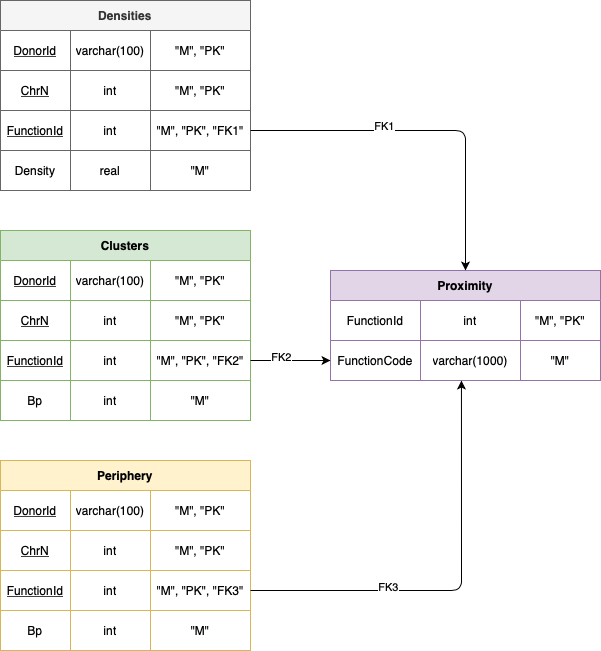
Above: chromo.png in Timoniche/DenseWeightedSubgraph (draw.io), before the change. Source tidied: cells renumbered, new cells last; positions are measured from the earlier drawing's top-left corner, leaving out a move shared by most shapes. The source it was exported from:
```xml
<mxGraphModel>
  <root>
    <mxCell id="0" />
    <mxCell id="1" parent="0" />
    <mxCell id="2" value="Clusters" style="shape=table;html=1;whiteSpace=wrap;startSize=30;fontStyle=1;align=center;fillColor=#d5e8d4;strokeColor=#82b366;" parent="1" vertex="1">
      <mxGeometry y="230" width="250" height="190" as="geometry" />
    </mxCell>
    <mxCell id="3" style="shape=partialRectangle;html=1;whiteSpace=wrap;fillColor=none;top=0;left=0;bottom=0;right=0;" parent="2" vertex="1">
      <mxGeometry y="30" width="250" height="40" as="geometry" />
    </mxCell>
    <mxCell id="4" value="&lt;u&gt;DonorId&lt;/u&gt;" style="shape=partialRectangle;html=1;whiteSpace=wrap;fillColor=none;top=0;left=0;bottom=0;right=0;overflow=hidden;" parent="3" vertex="1">
      <mxGeometry width="70" height="40" as="geometry" />
    </mxCell>
    <mxCell id="5" value="varchar(100)" style="shape=partialRectangle;html=1;whiteSpace=wrap;fillColor=none;top=0;left=0;bottom=0;right=0;overflow=hidden;" parent="3" vertex="1">
      <mxGeometry x="70" width="80" height="40" as="geometry" />
    </mxCell>
    <mxCell id="6" value="&quot;M&quot;, &quot;PK&quot;" style="shape=partialRectangle;html=1;whiteSpace=wrap;fillColor=none;top=0;left=0;bottom=0;right=0;overflow=hidden;" parent="3" vertex="1">
      <mxGeometry x="150" width="100" height="40" as="geometry" />
    </mxCell>
    <mxCell id="7" style="shape=partialRectangle;html=1;whiteSpace=wrap;fillColor=none;top=0;left=0;bottom=0;right=0;" parent="2" vertex="1">
      <mxGeometry y="70" width="250" height="40" as="geometry" />
    </mxCell>
    <mxCell id="8" value="&lt;u&gt;ChrN&lt;/u&gt;" style="shape=partialRectangle;html=1;whiteSpace=wrap;fillColor=none;top=0;left=0;bottom=0;right=0;overflow=hidden;" parent="7" vertex="1">
      <mxGeometry width="70" height="40" as="geometry" />
    </mxCell>
    <mxCell id="9" value="int" style="shape=partialRectangle;html=1;whiteSpace=wrap;fillColor=none;top=0;left=0;bottom=0;right=0;overflow=hidden;" parent="7" vertex="1">
      <mxGeometry x="70" width="80" height="40" as="geometry" />
    </mxCell>
    <mxCell id="10" value="&quot;M&quot;, &quot;PK&quot;" style="shape=partialRectangle;html=1;whiteSpace=wrap;fillColor=none;top=0;left=0;bottom=0;right=0;overflow=hidden;" parent="7" vertex="1">
      <mxGeometry x="150" width="100" height="40" as="geometry" />
    </mxCell>
    <mxCell id="11" style="shape=partialRectangle;html=1;whiteSpace=wrap;fillColor=none;top=0;left=0;bottom=0;right=0;points=[[0,0.5],[1,0.5]];portConstraint=eastwest;" parent="2" vertex="1">
      <mxGeometry y="110" width="250" height="40" as="geometry" />
    </mxCell>
    <mxCell id="12" value="&lt;u&gt;FunctionId&lt;/u&gt;" style="shape=partialRectangle;html=1;whiteSpace=wrap;fillColor=none;top=0;left=0;bottom=0;right=0;overflow=hidden;" parent="11" vertex="1">
      <mxGeometry width="70" height="40" as="geometry" />
    </mxCell>
    <mxCell id="13" value="int" style="shape=partialRectangle;html=1;whiteSpace=wrap;fillColor=none;top=0;left=0;bottom=0;right=0;overflow=hidden;" parent="11" vertex="1">
      <mxGeometry x="70" width="80" height="40" as="geometry" />
    </mxCell>
    <mxCell id="14" value="&quot;M&quot;, &quot;PK&quot;, &quot;FK2&quot;" style="shape=partialRectangle;html=1;whiteSpace=wrap;fillColor=none;top=0;left=0;bottom=0;right=0;overflow=hidden;" parent="11" vertex="1">
      <mxGeometry x="150" width="100" height="40" as="geometry" />
    </mxCell>
    <mxCell id="15" style="shape=partialRectangle;html=1;whiteSpace=wrap;fillColor=none;top=0;left=0;bottom=0;right=0;" parent="2" vertex="1">
      <mxGeometry y="150" width="250" height="40" as="geometry" />
    </mxCell>
    <mxCell id="16" value="Bp" style="shape=partialRectangle;html=1;whiteSpace=wrap;fillColor=none;top=0;left=0;bottom=0;right=0;overflow=hidden;" parent="15" vertex="1">
      <mxGeometry width="70" height="40" as="geometry" />
    </mxCell>
    <mxCell id="17" value="int" style="shape=partialRectangle;html=1;whiteSpace=wrap;fillColor=none;top=0;left=0;bottom=0;right=0;overflow=hidden;" parent="15" vertex="1">
      <mxGeometry x="70" width="80" height="40" as="geometry" />
    </mxCell>
    <mxCell id="18" value="&quot;M&quot;" style="shape=partialRectangle;html=1;whiteSpace=wrap;fillColor=none;top=0;left=0;bottom=0;right=0;overflow=hidden;" parent="15" vertex="1">
      <mxGeometry x="150" width="100" height="40" as="geometry" />
    </mxCell>
    <mxCell id="19" value="Proximity" style="shape=table;html=1;whiteSpace=wrap;startSize=30;fontStyle=1;align=center;fillColor=#e1d5e7;strokeColor=#9673a6;" parent="1" vertex="1">
      <mxGeometry x="330" y="270" width="270" height="110" as="geometry" />
    </mxCell>
    <mxCell id="20" style="shape=partialRectangle;html=1;whiteSpace=wrap;fillColor=none;top=0;left=0;bottom=0;right=0;" parent="19" vertex="1">
      <mxGeometry y="30" width="270" height="40" as="geometry" />
    </mxCell>
    <mxCell id="21" value="FunctionId" style="shape=partialRectangle;html=1;whiteSpace=wrap;fillColor=none;top=0;left=0;bottom=0;right=0;overflow=hidden;" parent="20" vertex="1">
      <mxGeometry width="90" height="40" as="geometry" />
    </mxCell>
    <mxCell id="22" value="int" style="shape=partialRectangle;html=1;whiteSpace=wrap;fillColor=none;top=0;left=0;bottom=0;right=0;overflow=hidden;" parent="20" vertex="1">
      <mxGeometry x="90" width="100" height="40" as="geometry" />
    </mxCell>
    <mxCell id="23" value="&quot;M&quot;, &quot;PK&quot;" style="shape=partialRectangle;html=1;whiteSpace=wrap;fillColor=none;top=0;left=0;bottom=0;right=0;overflow=hidden;" parent="20" vertex="1">
      <mxGeometry x="190" width="80" height="40" as="geometry" />
    </mxCell>
    <mxCell id="24" style="shape=partialRectangle;html=1;whiteSpace=wrap;fillColor=none;top=0;left=0;bottom=0;right=0;points=[[0,0.5],[1,0.5]];portConstraint=eastwest;" parent="19" vertex="1">
      <mxGeometry y="70" width="270" height="40" as="geometry" />
    </mxCell>
    <mxCell id="25" value="FunctionCode" style="shape=partialRectangle;html=1;whiteSpace=wrap;fillColor=none;top=0;left=0;bottom=0;right=0;overflow=hidden;" parent="24" vertex="1">
      <mxGeometry width="90" height="40" as="geometry" />
    </mxCell>
    <mxCell id="26" value="varchar(1000)" style="shape=partialRectangle;html=1;whiteSpace=wrap;fillColor=none;top=0;left=0;bottom=0;right=0;overflow=hidden;" parent="24" vertex="1">
      <mxGeometry x="90" width="100" height="40" as="geometry" />
    </mxCell>
    <mxCell id="27" value="&quot;M&quot;" style="shape=partialRectangle;html=1;whiteSpace=wrap;fillColor=none;top=0;left=0;bottom=0;right=0;overflow=hidden;" parent="24" vertex="1">
      <mxGeometry x="190" width="80" height="40" as="geometry" />
    </mxCell>
    <mxCell id="28" value="Periphery" style="shape=table;html=1;whiteSpace=wrap;startSize=30;fontStyle=1;align=center;fillColor=#fff2cc;strokeColor=#d6b656;" parent="1" vertex="1">
      <mxGeometry y="460" width="250" height="190" as="geometry" />
    </mxCell>
    <mxCell id="29" style="shape=partialRectangle;html=1;whiteSpace=wrap;fillColor=none;top=0;left=0;bottom=0;right=0;" parent="28" vertex="1">
      <mxGeometry y="30" width="250" height="40" as="geometry" />
    </mxCell>
    <mxCell id="30" value="&lt;u&gt;DonorId&lt;/u&gt;" style="shape=partialRectangle;html=1;whiteSpace=wrap;fillColor=none;top=0;left=0;bottom=0;right=0;overflow=hidden;" parent="29" vertex="1">
      <mxGeometry width="70" height="40" as="geometry" />
    </mxCell>
    <mxCell id="31" value="varchar(100)" style="shape=partialRectangle;html=1;whiteSpace=wrap;fillColor=none;top=0;left=0;bottom=0;right=0;overflow=hidden;" parent="29" vertex="1">
      <mxGeometry x="70" width="80" height="40" as="geometry" />
    </mxCell>
    <mxCell id="32" value="&quot;M&quot;, &quot;PK&quot;" style="shape=partialRectangle;html=1;whiteSpace=wrap;fillColor=none;top=0;left=0;bottom=0;right=0;overflow=hidden;" parent="29" vertex="1">
      <mxGeometry x="150" width="100" height="40" as="geometry" />
    </mxCell>
    <mxCell id="33" style="shape=partialRectangle;html=1;whiteSpace=wrap;fillColor=none;top=0;left=0;bottom=0;right=0;" parent="28" vertex="1">
      <mxGeometry y="70" width="250" height="40" as="geometry" />
    </mxCell>
    <mxCell id="34" value="&lt;u&gt;ChrN&lt;/u&gt;" style="shape=partialRectangle;html=1;whiteSpace=wrap;fillColor=none;top=0;left=0;bottom=0;right=0;overflow=hidden;" parent="33" vertex="1">
      <mxGeometry width="70" height="40" as="geometry" />
    </mxCell>
    <mxCell id="35" value="int" style="shape=partialRectangle;html=1;whiteSpace=wrap;fillColor=none;top=0;left=0;bottom=0;right=0;overflow=hidden;" parent="33" vertex="1">
      <mxGeometry x="70" width="80" height="40" as="geometry" />
    </mxCell>
    <mxCell id="36" value="&quot;M&quot;, &quot;PK&quot;" style="shape=partialRectangle;html=1;whiteSpace=wrap;fillColor=none;top=0;left=0;bottom=0;right=0;overflow=hidden;" parent="33" vertex="1">
      <mxGeometry x="150" width="100" height="40" as="geometry" />
    </mxCell>
    <mxCell id="37" style="shape=partialRectangle;html=1;whiteSpace=wrap;fillColor=none;top=0;left=0;bottom=0;right=0;points=[[0,0.5],[1,0.5]];portConstraint=eastwest;" parent="28" vertex="1">
      <mxGeometry y="110" width="250" height="40" as="geometry" />
    </mxCell>
    <mxCell id="38" value="&lt;u&gt;FunctionId&lt;/u&gt;" style="shape=partialRectangle;html=1;whiteSpace=wrap;fillColor=none;top=0;left=0;bottom=0;right=0;overflow=hidden;" parent="37" vertex="1">
      <mxGeometry width="70" height="40" as="geometry" />
    </mxCell>
    <mxCell id="39" value="int" style="shape=partialRectangle;html=1;whiteSpace=wrap;fillColor=none;top=0;left=0;bottom=0;right=0;overflow=hidden;" parent="37" vertex="1">
      <mxGeometry x="70" width="80" height="40" as="geometry" />
    </mxCell>
    <mxCell id="40" value="&quot;M&quot;, &quot;PK&quot;, &quot;FK3&quot;" style="shape=partialRectangle;html=1;whiteSpace=wrap;fillColor=none;top=0;left=0;bottom=0;right=0;overflow=hidden;" parent="37" vertex="1">
      <mxGeometry x="150" width="100" height="40" as="geometry" />
    </mxCell>
    <mxCell id="41" style="shape=partialRectangle;html=1;whiteSpace=wrap;fillColor=none;top=0;left=0;bottom=0;right=0;" parent="28" vertex="1">
      <mxGeometry y="150" width="250" height="40" as="geometry" />
    </mxCell>
    <mxCell id="42" value="Bp" style="shape=partialRectangle;html=1;whiteSpace=wrap;fillColor=none;top=0;left=0;bottom=0;right=0;overflow=hidden;" parent="41" vertex="1">
      <mxGeometry width="70" height="40" as="geometry" />
    </mxCell>
    <mxCell id="43" value="int" style="shape=partialRectangle;html=1;whiteSpace=wrap;fillColor=none;top=0;left=0;bottom=0;right=0;overflow=hidden;" parent="41" vertex="1">
      <mxGeometry x="70" width="80" height="40" as="geometry" />
    </mxCell>
    <mxCell id="44" value="&quot;M&quot;" style="shape=partialRectangle;html=1;whiteSpace=wrap;fillColor=none;top=0;left=0;bottom=0;right=0;overflow=hidden;" parent="41" vertex="1">
      <mxGeometry x="150" width="100" height="40" as="geometry" />
    </mxCell>
    <mxCell id="45" value="Densities" style="shape=table;html=1;whiteSpace=wrap;startSize=30;fontStyle=1;align=center;fillColor=#f5f5f5;strokeColor=#666666;fontColor=#333333;" parent="1" vertex="1">
      <mxGeometry width="250" height="190" as="geometry" />
    </mxCell>
    <mxCell id="46" style="shape=partialRectangle;html=1;whiteSpace=wrap;fillColor=none;top=0;left=0;bottom=0;right=0;" parent="45" vertex="1">
      <mxGeometry y="30" width="250" height="40" as="geometry" />
    </mxCell>
    <mxCell id="47" value="&lt;u&gt;DonorId&lt;/u&gt;" style="shape=partialRectangle;html=1;whiteSpace=wrap;fillColor=none;top=0;left=0;bottom=0;right=0;overflow=hidden;" parent="46" vertex="1">
      <mxGeometry width="70" height="40" as="geometry" />
    </mxCell>
    <mxCell id="48" value="varchar(100)" style="shape=partialRectangle;html=1;whiteSpace=wrap;fillColor=none;top=0;left=0;bottom=0;right=0;overflow=hidden;" parent="46" vertex="1">
      <mxGeometry x="70" width="80" height="40" as="geometry" />
    </mxCell>
    <mxCell id="49" value="&quot;M&quot;, &quot;PK&quot;" style="shape=partialRectangle;html=1;whiteSpace=wrap;fillColor=none;top=0;left=0;bottom=0;right=0;overflow=hidden;" parent="46" vertex="1">
      <mxGeometry x="150" width="100" height="40" as="geometry" />
    </mxCell>
    <mxCell id="50" style="shape=partialRectangle;html=1;whiteSpace=wrap;fillColor=none;top=0;left=0;bottom=0;right=0;" parent="45" vertex="1">
      <mxGeometry y="70" width="250" height="40" as="geometry" />
    </mxCell>
    <mxCell id="51" value="&lt;u&gt;ChrN&lt;/u&gt;" style="shape=partialRectangle;html=1;whiteSpace=wrap;fillColor=none;top=0;left=0;bottom=0;right=0;overflow=hidden;" parent="50" vertex="1">
      <mxGeometry width="70" height="40" as="geometry" />
    </mxCell>
    <mxCell id="52" value="int" style="shape=partialRectangle;html=1;whiteSpace=wrap;fillColor=none;top=0;left=0;bottom=0;right=0;overflow=hidden;" parent="50" vertex="1">
      <mxGeometry x="70" width="80" height="40" as="geometry" />
    </mxCell>
    <mxCell id="53" value="&quot;M&quot;, &quot;PK&quot;" style="shape=partialRectangle;html=1;whiteSpace=wrap;fillColor=none;top=0;left=0;bottom=0;right=0;overflow=hidden;" parent="50" vertex="1">
      <mxGeometry x="150" width="100" height="40" as="geometry" />
    </mxCell>
    <mxCell id="54" style="shape=partialRectangle;html=1;whiteSpace=wrap;fillColor=none;top=0;left=0;bottom=0;right=0;points=[[0,0.5],[1,0.5]];portConstraint=eastwest;" parent="45" vertex="1">
      <mxGeometry y="110" width="250" height="40" as="geometry" />
    </mxCell>
    <mxCell id="55" value="&lt;u&gt;FunctionId&lt;/u&gt;" style="shape=partialRectangle;html=1;whiteSpace=wrap;fillColor=none;top=0;left=0;bottom=0;right=0;overflow=hidden;" parent="54" vertex="1">
      <mxGeometry width="70" height="40" as="geometry" />
    </mxCell>
    <mxCell id="56" value="int" style="shape=partialRectangle;html=1;whiteSpace=wrap;fillColor=none;top=0;left=0;bottom=0;right=0;overflow=hidden;" parent="54" vertex="1">
      <mxGeometry x="70" width="80" height="40" as="geometry" />
    </mxCell>
    <mxCell id="57" value="&quot;M&quot;, &quot;PK&quot;, &quot;FK1&quot;" style="shape=partialRectangle;html=1;whiteSpace=wrap;fillColor=none;top=0;left=0;bottom=0;right=0;overflow=hidden;" parent="54" vertex="1">
      <mxGeometry x="150" width="100" height="40" as="geometry" />
    </mxCell>
    <mxCell id="58" style="shape=partialRectangle;html=1;whiteSpace=wrap;fillColor=none;top=0;left=0;bottom=0;right=0;" parent="45" vertex="1">
      <mxGeometry y="150" width="250" height="40" as="geometry" />
    </mxCell>
    <mxCell id="59" value="Density" style="shape=partialRectangle;html=1;whiteSpace=wrap;fillColor=none;top=0;left=0;bottom=0;right=0;overflow=hidden;" parent="58" vertex="1">
      <mxGeometry width="70" height="40" as="geometry" />
    </mxCell>
    <mxCell id="60" value="real" style="shape=partialRectangle;html=1;whiteSpace=wrap;fillColor=none;top=0;left=0;bottom=0;right=0;overflow=hidden;" parent="58" vertex="1">
      <mxGeometry x="70" width="80" height="40" as="geometry" />
    </mxCell>
    <mxCell id="61" value="&quot;M&quot;" style="shape=partialRectangle;html=1;whiteSpace=wrap;fillColor=none;top=0;left=0;bottom=0;right=0;overflow=hidden;" parent="58" vertex="1">
      <mxGeometry x="150" width="100" height="40" as="geometry" />
    </mxCell>
    <mxCell id="62" style="endArrow=classic;html=1;exitX=1;exitY=0.5;exitDx=0;exitDy=0;entryX=0.5;entryY=0;entryDx=0;entryDy=0;" parent="1" edge="1" source="54" target="19">
      <mxGeometry relative="1" as="geometry">
        <Array as="points">
          <mxPoint x="465" y="130" />
        </Array>
      </mxGeometry>
    </mxCell>
    <mxCell id="63" value="FK1" style="edgeLabel;html=1;align=center;verticalAlign=middle;" parent="62" vertex="1">
      <mxGeometry x="-0.25" y="5" relative="1" as="geometry" />
    </mxCell>
    <mxCell id="64" style="endArrow=classic;html=1;exitX=1;exitY=0.5;exitDx=0;exitDy=0;entryX=0.485;entryY=1.001;entryDx=0;entryDy=0;entryPerimeter=0;" parent="1" edge="1" source="37" target="24">
      <mxGeometry relative="1" as="geometry">
        <Array as="points">
          <mxPoint x="461" y="590" />
        </Array>
      </mxGeometry>
    </mxCell>
    <mxCell id="65" value="FK3" style="edgeLabel;html=1;align=center;verticalAlign=middle;" parent="64" vertex="1">
      <mxGeometry x="-0.35" y="4" relative="1" as="geometry" />
    </mxCell>
    <mxCell id="66" style="endArrow=classic;html=1;exitX=1;exitY=0.5;exitDx=0;exitDy=0;entryX=0;entryY=0.5;entryDx=0;entryDy=0;" parent="1" edge="1" source="11" target="24">
      <mxGeometry relative="1" as="geometry" />
    </mxCell>
    <mxCell id="67" value="FK2" style="edgeLabel;html=1;align=center;verticalAlign=middle;" parent="66" vertex="1">
      <mxGeometry x="-0.24" y="4" relative="1" as="geometry" />
    </mxCell>
  </root>
</mxGraphModel>
```
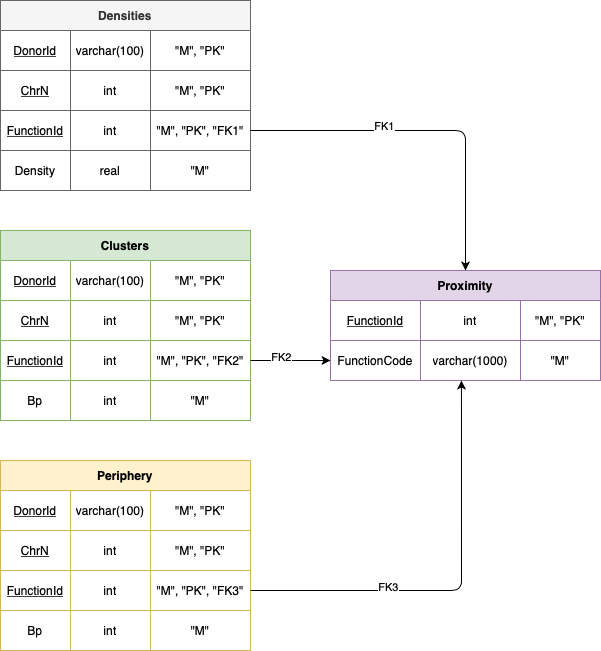
After the commit.

What changed in the source:
```diff
@@ -59,7 +59,7 @@
     <mxCell id="20" style="shape=partialRectangle;html=1;whiteSpace=wrap;fillColor=none;top=0;left=0;bottom=0;right=0;" parent="19" vertex="1">
       <mxGeometry y="30" width="270" height="40" as="geometry" />
     </mxCell>
-    <mxCell id="21" value="FunctionId" style="shape=partialRectangle;html=1;whiteSpace=wrap;fillColor=none;top=0;left=0;bottom=0;right=0;overflow=hidden;" parent="20" vertex="1">
+    <mxCell id="21" value="&lt;u&gt;FunctionId&lt;/u&gt;" style="shape=partialRectangle;html=1;whiteSpace=wrap;fillColor=none;top=0;left=0;bottom=0;right=0;overflow=hidden;" parent="20" vertex="1">
       <mxGeometry width="90" height="40" as="geometry" />
     </mxCell>
     <mxCell id="22" value="int" style="shape=partialRectangle;html=1;whiteSpace=wrap;fillColor=none;top=0;left=0;bottom=0;right=0;overflow=hidden;" parent="20" vertex="1">
```
